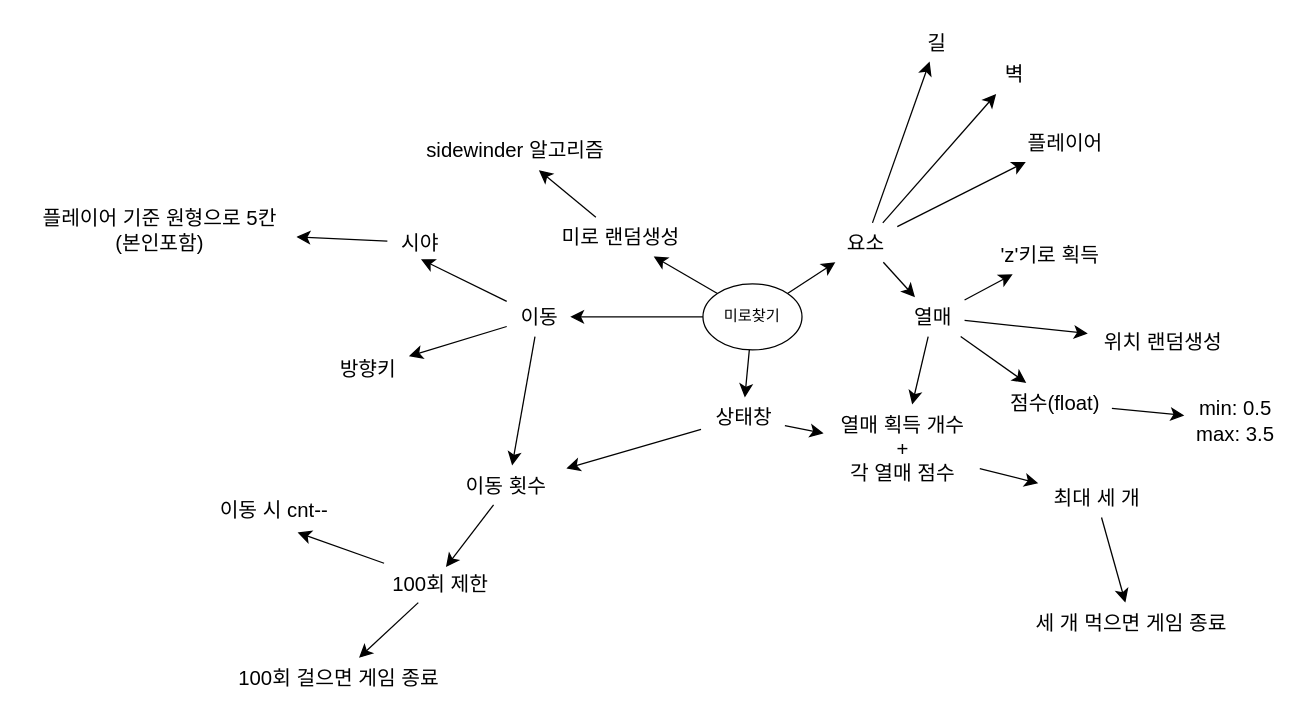
Before: 미로_마인드맵.drawio in 2jaeyoung2/Life-a-maze, a draw.io diagram. Source tidied: cells renumbered, new cells numbered last; positions are measured from the earlier drawing's top-left corner, leaving out a move shared by most shapes. Both pictures are drawn from the tidied source at 127%, with x=0, y=0 at pixel (22, 22).
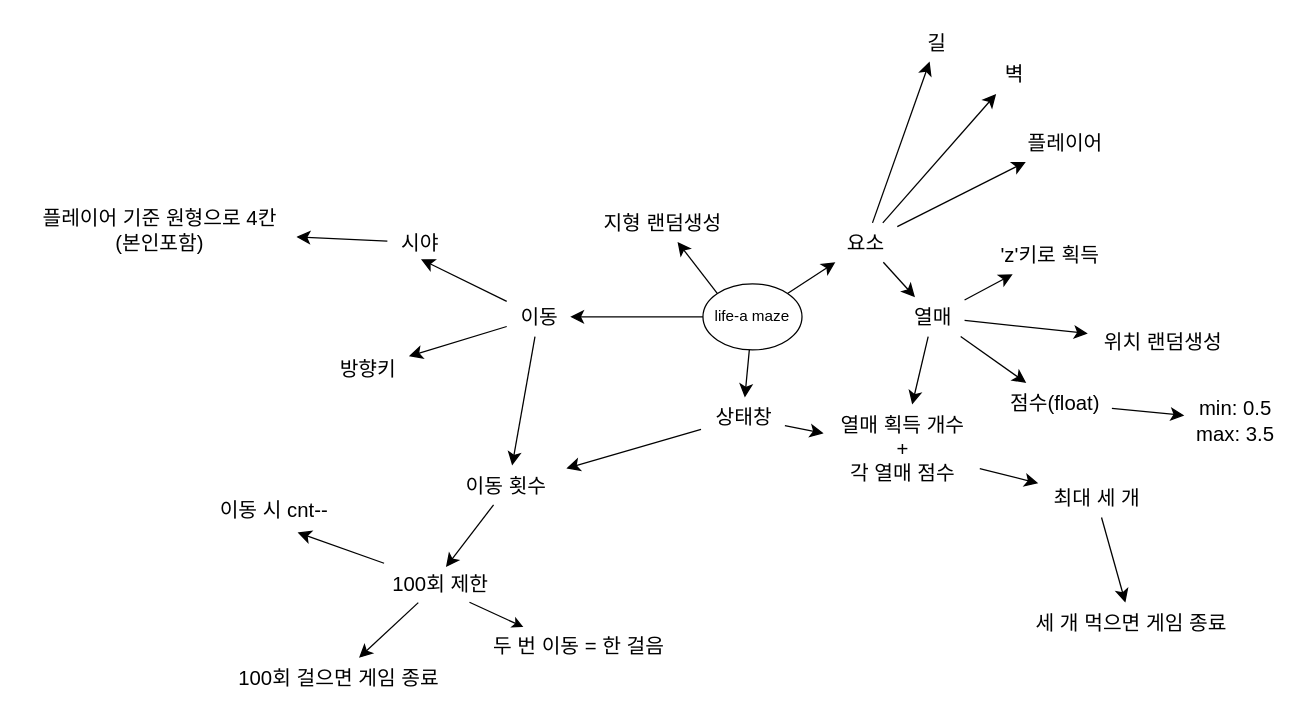
The same page after the edit.

Commit message (it also covers changes not shown here):
마인드맵, 진행순서도 수정

The change refers to these unchanged cells:
```xml
<mxCell id="16" value="100회 제한" style="text;html=1;align=center;verticalAlign=middle;points=[];strokeColor=none;fillColor=none;fontSize=16;" parent="1" vertex="1">
  <mxGeometry x="280" y="426" width="97" height="31" as="geometry" />
</mxCell>
```

Change to the diagram source:
```diff
@@
-    <mxCell id="9" value="미로찾기" style="ellipse;whiteSpace=wrap;html=1;" parent="1" vertex="1">
+    <mxCell id="9" value="life-a maze" style="ellipse;whiteSpace=wrap;html=1;" parent="1" vertex="1">
       <mxGeometry x="536" y="206" width="78" height="52" as="geometry" />
     </mxCell>
@@
-    <mxCell id="32" value="플레이어 기준 원형으로 5칸&lt;div&gt;(본인포함)&lt;/div&gt;" style="text;html=1;align=center;verticalAlign=middle;points=[];strokeColor=none;fillColor=none;fontSize=16;" parent="1" vertex="1">
+    <mxCell id="32" value="플레이어 기준 원형으로 4칸&lt;div&gt;(본인포함)&lt;/div&gt;" style="text;html=1;align=center;verticalAlign=middle;points=[];strokeColor=none;fillColor=none;fontSize=16;" parent="1" vertex="1">
       <mxGeometry y="139" width="216" height="50" as="geometry" />
     </mxCell>
@@
-    <mxCell id="41" style="edgeStyle=none;curved=1;rounded=0;jettySize=auto;html=1;fontSize=12;startSize=8;endSize=8;" parent="1" edge="1" source="42" target="43">
-      <mxGeometry relative="1" as="geometry" />
-    </mxCell>
-    <mxCell id="42" value="미로 랜덤생성" style="text;html=1;align=center;verticalAlign=middle;points=[];strokeColor=none;fillColor=none;fontSize=16;" parent="1" vertex="1">
-      <mxGeometry x="411.5" y="153.5" width="118" height="31" as="geometry" />
+    <mxCell id="42" value="지형 랜덤생성" style="text;html=1;align=center;verticalAlign=middle;points=[];strokeColor=none;fillColor=none;fontSize=16;" parent="1" vertex="1">
+      <mxGeometry x="445" y="142" width="118" height="31" as="geometry" />
     </mxCell>
-    <mxCell id="43" value="sidewinder 알고리즘" style="text;html=1;align=center;verticalAlign=middle;points=[];strokeColor=none;fillColor=none;fontSize=16;" parent="1" vertex="1">
-      <mxGeometry x="306.5" y="85.5" width="163" height="31" as="geometry" />
-    </mxCell>
@@
+    <mxCell id="51" value="&lt;font style=&quot;font-size: 16px;&quot;&gt;두 번 이동 = 한 걸음&lt;/font&gt;" style="text;html=1;align=center;verticalAlign=middle;points=[];strokeColor=none;fillColor=none;" parent="1" vertex="1">
+      <mxGeometry x="357" y="475" width="162" height="31" as="geometry" />
+    </mxCell>
+    <mxCell id="52" style="endArrow=classic;html=1;rounded=0;exitX=0.744;exitY=0.992;exitDx=0;exitDy=0;exitPerimeter=0;entryX=0.232;entryY=0.04;entryDx=0;entryDy=0;entryPerimeter=0;" parent="1" edge="1" source="16" target="51">
+      <mxGeometry relative="1" as="geometry" />
+    </mxCell>
```
